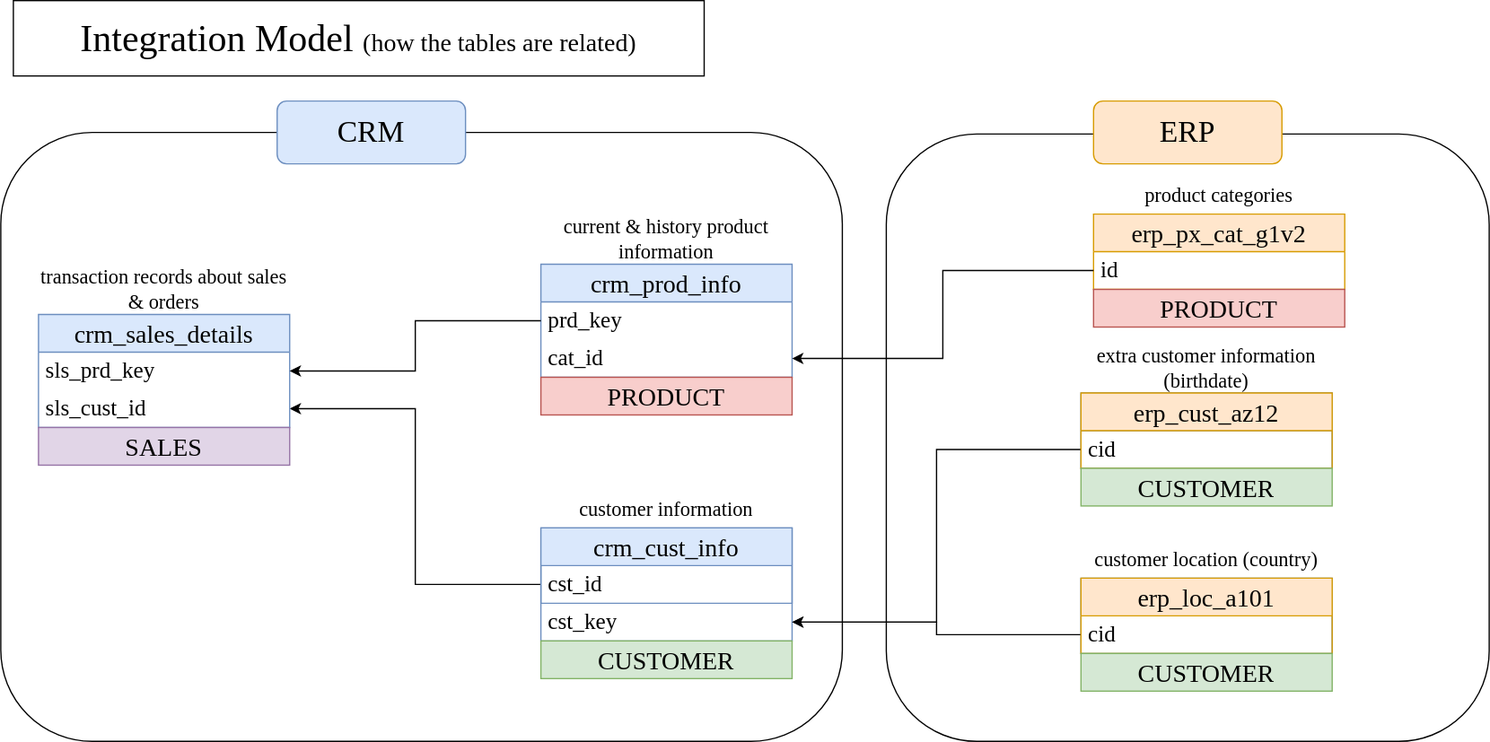
Earlier version of the draw.io export design/Integration Model Silver.drawio.svg (Josiahgare/SQL-Data-Warehouse-Project). Source tidied: cells renumbered, new cells last; positions are measured from the earlier drawing's top-left corner, leaving out a move shared by most shapes. Its diagram source:
```xml
<mxGraphModel>
  <root>
    <mxCell id="0" />
    <mxCell id="1" parent="0" />
    <mxCell id="2" value="&lt;font face=&quot;Comic Sans MS&quot; style=&quot;font-size: 30px;&quot;&gt;Integration Model&amp;nbsp;&lt;/font&gt;&lt;span style=&quot;font-family: &amp;quot;Comic Sans MS&amp;quot;; font-size: 20px;&quot;&gt;(how the tables are related)&lt;/span&gt;" style="rounded=0;whiteSpace=wrap;html=1;fillColor=none;" parent="1" vertex="1">
      <mxGeometry x="10" width="550" height="60" as="geometry" />
    </mxCell>
    <mxCell id="3" value="&lt;font face=&quot;Comic Sans MS&quot; style=&quot;font-size: 20px;&quot;&gt;crm_prod_info&lt;/font&gt;" style="swimlane;fontStyle=0;horizontal=1;startSize=30;whiteSpace=wrap;html=1;fillColor=#dae8fc;strokeColor=#6c8ebf;" parent="1" vertex="1">
      <mxGeometry x="430" y="210" width="200" height="90" as="geometry" />
    </mxCell>
    <mxCell id="4" value="&lt;font style=&quot;font-size: 18px;&quot; face=&quot;Comic Sans MS&quot;&gt;prd_key&lt;/font&gt;" style="text;strokeColor=none;fillColor=none;align=left;verticalAlign=middle;spacingLeft=4;spacingRight=4;overflow=hidden;points=[[0,0.5],[1,0.5]];portConstraint=eastwest;whiteSpace=wrap;html=1;" parent="3" vertex="1">
      <mxGeometry y="30" width="200" height="30" as="geometry" />
    </mxCell>
    <mxCell id="5" value="&lt;font style=&quot;font-size: 18px;&quot; face=&quot;Comic Sans MS&quot;&gt;cat_id&lt;/font&gt;" style="text;strokeColor=none;fillColor=none;align=left;verticalAlign=middle;spacingLeft=4;spacingRight=4;overflow=hidden;points=[[0,0.5],[1,0.5]];portConstraint=eastwest;whiteSpace=wrap;html=1;" parent="3" vertex="1">
      <mxGeometry y="60" width="200" height="30" as="geometry" />
    </mxCell>
    <mxCell id="6" value="&lt;font face=&quot;Comic Sans MS&quot; style=&quot;font-size: 20px;&quot;&gt;crm_prod_info&lt;/font&gt;" style="swimlane;fontStyle=0;horizontal=1;startSize=30;whiteSpace=wrap;html=1;fillColor=#dae8fc;strokeColor=#6c8ebf;" parent="1" vertex="1">
      <mxGeometry x="430" y="420" width="200" height="90" as="geometry" />
    </mxCell>
    <mxCell id="7" value="&lt;font style=&quot;font-size: 18px;&quot; face=&quot;Comic Sans MS&quot;&gt;cst_id&lt;/font&gt;" style="text;strokeColor=none;fillColor=none;align=left;verticalAlign=middle;spacingLeft=4;spacingRight=4;overflow=hidden;whiteSpace=wrap;html=1;" parent="6" vertex="1">
      <mxGeometry y="30" width="200" height="30" as="geometry" />
    </mxCell>
    <mxCell id="8" value="&lt;font style=&quot;font-size: 18px;&quot; face=&quot;Comic Sans MS&quot;&gt;cst_key&lt;/font&gt;" style="text;strokeColor=none;fillColor=none;align=left;verticalAlign=middle;spacingLeft=4;spacingRight=4;overflow=hidden;points=[[0,0.5],[1,0.5]];portConstraint=eastwest;whiteSpace=wrap;html=1;" parent="6" vertex="1">
      <mxGeometry y="60" width="200" height="30" as="geometry" />
    </mxCell>
    <mxCell id="9" style="edgeStyle=orthogonalEdgeStyle;rounded=0;jettySize=auto;html=1;exitX=0;exitY=0.75;exitDx=0;exitDy=0;entryX=1;entryY=0.5;entryDx=0;entryDy=0;" parent="1" edge="1" source="10" target="13">
      <mxGeometry relative="1" as="geometry" />
    </mxCell>
    <mxCell id="10" value="&lt;font face=&quot;Comic Sans MS&quot; style=&quot;font-size: 20px;&quot;&gt;crm_cust_info&lt;/font&gt;" style="swimlane;fontStyle=0;horizontal=1;startSize=30;whiteSpace=wrap;html=1;fillColor=#dae8fc;strokeColor=#6c8ebf;" parent="1" vertex="1">
      <mxGeometry x="430" y="420" width="200" height="60" as="geometry" />
    </mxCell>
    <mxCell id="11" value="&lt;font face=&quot;Comic Sans MS&quot; style=&quot;font-size: 20px;&quot;&gt;crm_sales_details&lt;/font&gt;" style="swimlane;fontStyle=0;horizontal=1;startSize=30;whiteSpace=wrap;html=1;fillColor=#dae8fc;strokeColor=#6c8ebf;" parent="1" vertex="1">
      <mxGeometry x="30" y="250" width="200" height="90" as="geometry" />
    </mxCell>
    <mxCell id="12" value="&lt;font style=&quot;font-size: 18px;&quot; face=&quot;Comic Sans MS&quot;&gt;sls_prd_key&lt;/font&gt;" style="text;strokeColor=none;fillColor=none;align=left;verticalAlign=middle;spacingLeft=4;spacingRight=4;overflow=hidden;points=[[0,0.5],[1,0.5]];portConstraint=eastwest;whiteSpace=wrap;html=1;" parent="11" vertex="1">
      <mxGeometry y="30" width="200" height="30" as="geometry" />
    </mxCell>
    <mxCell id="13" value="&lt;font style=&quot;font-size: 18px;&quot; face=&quot;Comic Sans MS&quot;&gt;sls_cust_id&lt;/font&gt;" style="text;strokeColor=none;fillColor=none;align=left;verticalAlign=middle;spacingLeft=4;spacingRight=4;overflow=hidden;points=[[0,0.5],[1,0.5]];portConstraint=eastwest;whiteSpace=wrap;html=1;" parent="11" vertex="1">
      <mxGeometry y="60" width="200" height="30" as="geometry" />
    </mxCell>
    <mxCell id="14" value="&lt;font face=&quot;Comic Sans MS&quot; style=&quot;font-size: 16px;&quot;&gt;customer information&lt;/font&gt;" style="rounded=0;whiteSpace=wrap;html=1;fillColor=none;strokeColor=none;" parent="1" vertex="1">
      <mxGeometry x="430" y="390" width="200" height="30" as="geometry" />
    </mxCell>
    <mxCell id="15" value="&lt;font face=&quot;Comic Sans MS&quot; style=&quot;font-size: 16px;&quot;&gt;current &amp;amp; history product information&lt;/font&gt;" style="rounded=0;whiteSpace=wrap;html=1;fillColor=none;strokeColor=none;" parent="1" vertex="1">
      <mxGeometry x="430" y="170" width="200" height="40" as="geometry" />
    </mxCell>
    <mxCell id="16" value="&lt;font face=&quot;Comic Sans MS&quot; style=&quot;font-size: 16px;&quot;&gt;transaction records about sales &amp;amp; orders&lt;/font&gt;" style="rounded=0;whiteSpace=wrap;html=1;fillColor=none;strokeColor=none;" parent="1" vertex="1">
      <mxGeometry x="30" y="210" width="200" height="40" as="geometry" />
    </mxCell>
    <mxCell id="17" value="&lt;font face=&quot;Comic Sans MS&quot;&gt;&lt;span style=&quot;font-size: 20px;&quot;&gt;erp_px_cat_g1v2&lt;/span&gt;&lt;/font&gt;" style="swimlane;fontStyle=0;horizontal=1;startSize=30;whiteSpace=wrap;html=1;fillColor=#ffe6cc;strokeColor=#d79b00;" parent="1" vertex="1">
      <mxGeometry x="870" y="170" width="200" height="60" as="geometry" />
    </mxCell>
    <mxCell id="18" value="&lt;font style=&quot;font-size: 18px;&quot; face=&quot;Comic Sans MS&quot;&gt;id&lt;/font&gt;" style="text;strokeColor=none;fillColor=none;align=left;verticalAlign=middle;spacingLeft=4;spacingRight=4;overflow=hidden;points=[[0,0.5],[1,0.5]];portConstraint=eastwest;whiteSpace=wrap;html=1;" parent="17" vertex="1">
      <mxGeometry y="30" width="200" height="30" as="geometry" />
    </mxCell>
    <mxCell id="19" value="&lt;font face=&quot;Comic Sans MS&quot; style=&quot;font-size: 16px;&quot;&gt;product categories&lt;/font&gt;" style="rounded=0;whiteSpace=wrap;html=1;fillColor=none;strokeColor=none;" parent="1" vertex="1">
      <mxGeometry x="870" y="140" width="200" height="30" as="geometry" />
    </mxCell>
    <mxCell id="20" style="edgeStyle=orthogonalEdgeStyle;rounded=0;jettySize=auto;html=1;exitX=0;exitY=0.5;exitDx=0;exitDy=0;entryX=1;entryY=0.5;entryDx=0;entryDy=0;" parent="1" edge="1" source="18" target="5">
      <mxGeometry relative="1" as="geometry" />
    </mxCell>
    <mxCell id="21" value="&lt;font face=&quot;Comic Sans MS&quot; style=&quot;font-size: 20px;&quot;&gt;crm_prod_info&lt;/font&gt;" style="swimlane;fontStyle=0;horizontal=1;startSize=30;whiteSpace=wrap;html=1;fillColor=#dae8fc;strokeColor=#6c8ebf;" parent="1" vertex="1">
      <mxGeometry x="860" y="312.5" width="200" height="60" as="geometry" />
    </mxCell>
    <mxCell id="22" value="&lt;font style=&quot;font-size: 18px;&quot; face=&quot;Comic Sans MS&quot;&gt;cid&lt;/font&gt;" style="text;strokeColor=none;fillColor=none;align=left;verticalAlign=middle;spacingLeft=4;spacingRight=4;overflow=hidden;whiteSpace=wrap;html=1;" parent="21" vertex="1">
      <mxGeometry y="30" width="200" height="30" as="geometry" />
    </mxCell>
    <mxCell id="23" style="edgeStyle=orthogonalEdgeStyle;rounded=0;jettySize=auto;html=1;exitX=0;exitY=0.75;exitDx=0;exitDy=0;entryX=1;entryY=0.5;entryDx=0;entryDy=0;" parent="1" edge="1" source="24" target="8">
      <mxGeometry relative="1" as="geometry" />
    </mxCell>
    <mxCell id="24" value="&lt;font face=&quot;Comic Sans MS&quot;&gt;&lt;span style=&quot;font-size: 20px;&quot;&gt;erp_cust_az12&lt;/span&gt;&lt;/font&gt;" style="swimlane;fontStyle=0;horizontal=1;startSize=30;whiteSpace=wrap;html=1;fillColor=#ffe6cc;strokeColor=#d79b00;" parent="1" vertex="1">
      <mxGeometry x="860" y="312.5" width="200" height="60" as="geometry" />
    </mxCell>
    <mxCell id="25" value="&lt;font face=&quot;Comic Sans MS&quot; style=&quot;font-size: 16px;&quot;&gt;extra customer information (birthdate)&lt;/font&gt;" style="rounded=0;whiteSpace=wrap;html=1;fillColor=none;strokeColor=none;" parent="1" vertex="1">
      <mxGeometry x="850" y="272.5" width="220" height="40" as="geometry" />
    </mxCell>
    <mxCell id="26" value="&lt;font face=&quot;Comic Sans MS&quot; style=&quot;font-size: 20px;&quot;&gt;crm_prod_info&lt;/font&gt;" style="swimlane;fontStyle=0;horizontal=1;startSize=30;whiteSpace=wrap;html=1;fillColor=#dae8fc;strokeColor=#6c8ebf;" parent="1" vertex="1">
      <mxGeometry x="860" y="460" width="200" height="60" as="geometry" />
    </mxCell>
    <mxCell id="27" value="&lt;font style=&quot;font-size: 18px;&quot; face=&quot;Comic Sans MS&quot;&gt;cid&lt;/font&gt;" style="text;strokeColor=none;fillColor=none;align=left;verticalAlign=middle;spacingLeft=4;spacingRight=4;overflow=hidden;whiteSpace=wrap;html=1;" parent="26" vertex="1">
      <mxGeometry y="30" width="200" height="30" as="geometry" />
    </mxCell>
    <mxCell id="28" style="edgeStyle=orthogonalEdgeStyle;rounded=0;jettySize=auto;html=1;exitX=0;exitY=0.75;exitDx=0;exitDy=0;entryX=1;entryY=0.5;entryDx=0;entryDy=0;" parent="1" edge="1" source="29" target="8">
      <mxGeometry relative="1" as="geometry" />
    </mxCell>
    <mxCell id="29" value="&lt;font face=&quot;Comic Sans MS&quot;&gt;&lt;span style=&quot;font-size: 20px;&quot;&gt;erp_loc_a101&lt;/span&gt;&lt;/font&gt;" style="swimlane;fontStyle=0;horizontal=1;startSize=30;whiteSpace=wrap;html=1;fillColor=#ffe6cc;strokeColor=#d79b00;" parent="1" vertex="1">
      <mxGeometry x="860" y="460" width="200" height="60" as="geometry" />
    </mxCell>
    <mxCell id="30" value="&lt;font face=&quot;Comic Sans MS&quot; style=&quot;font-size: 16px;&quot;&gt;customer location (country)&lt;/font&gt;" style="rounded=0;whiteSpace=wrap;html=1;fillColor=none;strokeColor=none;" parent="1" vertex="1">
      <mxGeometry x="850" y="430" width="220" height="30" as="geometry" />
    </mxCell>
    <mxCell id="31" style="rounded=1;whiteSpace=wrap;html=1;fillColor=none;" parent="1" vertex="1">
      <mxGeometry y="105" width="670" height="485" as="geometry" />
    </mxCell>
    <mxCell id="32" style="edgeStyle=orthogonalEdgeStyle;rounded=0;jettySize=auto;html=1;exitX=0;exitY=0.5;exitDx=0;exitDy=0;entryX=1;entryY=0.5;entryDx=0;entryDy=0;" parent="1" edge="1" source="4" target="12">
      <mxGeometry relative="1" as="geometry" />
    </mxCell>
    <mxCell id="33" value="&lt;font face=&quot;Comic Sans MS&quot; style=&quot;font-size: 24px;&quot;&gt;CRM&lt;/font&gt;" style="rounded=1;whiteSpace=wrap;html=1;fillColor=#dae8fc;strokeColor=#6c8ebf;" parent="1" vertex="1">
      <mxGeometry x="220" y="80" width="150" height="50" as="geometry" />
    </mxCell>
    <mxCell id="34" style="rounded=1;whiteSpace=wrap;html=1;fillColor=none;" parent="1" vertex="1">
      <mxGeometry x="705" y="106.2" width="480" height="483.8" as="geometry" />
    </mxCell>
    <mxCell id="35" value="&lt;font face=&quot;Comic Sans MS&quot; style=&quot;font-size: 24px;&quot;&gt;ERP&lt;/font&gt;" style="rounded=1;whiteSpace=wrap;html=1;fillColor=#ffe6cc;strokeColor=#d79b00;" parent="1" vertex="1">
      <mxGeometry x="870" y="80" width="150" height="50" as="geometry" />
    </mxCell>
    <mxCell id="36" value="PRODUCT" style="text;html=1;strokeColor=#b85450;fillColor=#f8cecc;align=center;verticalAlign=middle;whiteSpace=wrap;overflow=hidden;fontSize=20;fontFamily=Comic Sans MS;" parent="1" vertex="1">
      <mxGeometry x="430" y="300" width="200" height="30" as="geometry" />
    </mxCell>
    <mxCell id="37" value="PRODUCT" style="text;html=1;strokeColor=#b85450;fillColor=#f8cecc;align=center;verticalAlign=middle;whiteSpace=wrap;overflow=hidden;fontSize=20;fontFamily=Comic Sans MS;" parent="1" vertex="1">
      <mxGeometry x="870" y="230" width="200" height="30" as="geometry" />
    </mxCell>
    <mxCell id="38" value="CUSTOMER" style="text;html=1;strokeColor=#82b366;fillColor=#d5e8d4;align=center;verticalAlign=middle;whiteSpace=wrap;overflow=hidden;fontSize=20;fontFamily=Comic Sans MS;" parent="1" vertex="1">
      <mxGeometry x="430" y="510" width="200" height="30" as="geometry" />
    </mxCell>
    <mxCell id="39" value="CUSTOMER" style="text;html=1;strokeColor=#82b366;fillColor=#d5e8d4;align=center;verticalAlign=middle;whiteSpace=wrap;overflow=hidden;fontSize=20;fontFamily=Comic Sans MS;" parent="1" vertex="1">
      <mxGeometry x="860" y="372.5" width="200" height="30" as="geometry" />
    </mxCell>
    <mxCell id="40" value="CUSTOMER" style="text;html=1;strokeColor=#82b366;fillColor=#d5e8d4;align=center;verticalAlign=middle;whiteSpace=wrap;overflow=hidden;fontSize=20;fontFamily=Comic Sans MS;" parent="1" vertex="1">
      <mxGeometry x="860" y="520" width="200" height="30" as="geometry" />
    </mxCell>
    <mxCell id="41" value="SALES" style="text;html=1;strokeColor=#9673a6;fillColor=#e1d5e7;align=center;verticalAlign=middle;whiteSpace=wrap;overflow=hidden;fontSize=20;fontFamily=Comic Sans MS;" parent="1" vertex="1">
      <mxGeometry x="30" y="340" width="200" height="30" as="geometry" />
    </mxCell>
  </root>
</mxGraphModel>
```
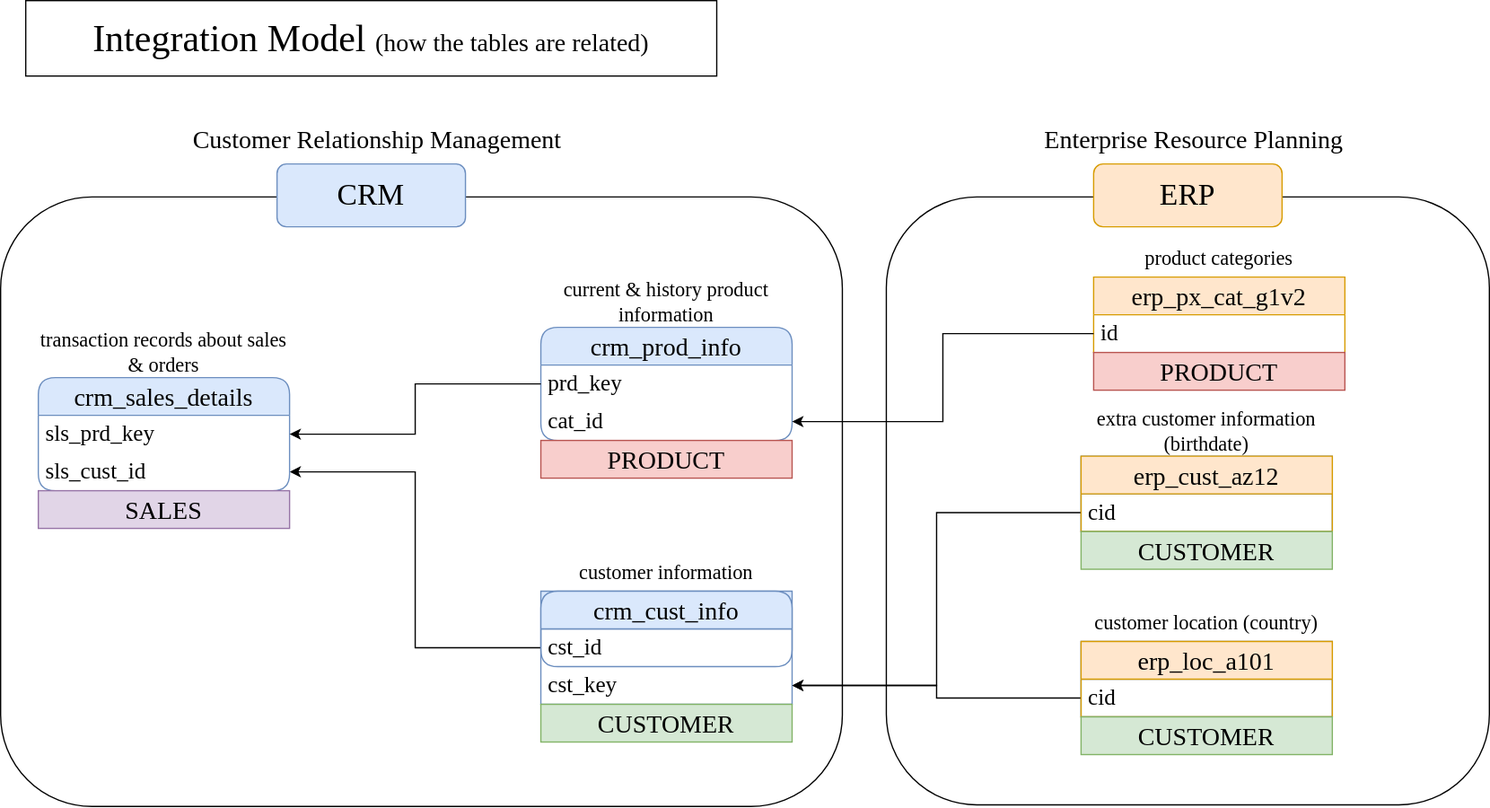
The same diagram one commit later.

Change to the diagram source:
```diff
@@ -3,9 +3,9 @@
     <mxCell id="0" />
     <mxCell id="1" parent="0" />
     <mxCell id="2" value="&lt;font face=&quot;Comic Sans MS&quot; style=&quot;font-size: 30px;&quot;&gt;Integration Model&amp;nbsp;&lt;/font&gt;&lt;span style=&quot;font-family: &amp;quot;Comic Sans MS&amp;quot;; font-size: 20px;&quot;&gt;(how the tables are related)&lt;/span&gt;" style="rounded=0;whiteSpace=wrap;html=1;fillColor=none;" parent="1" vertex="1">
-      <mxGeometry x="10" width="550" height="60" as="geometry" />
+      <mxGeometry x="20" y="-50" width="550" height="60" as="geometry" />
     </mxCell>
-    <mxCell id="3" value="&lt;font face=&quot;Comic Sans MS&quot; style=&quot;font-size: 20px;&quot;&gt;crm_prod_info&lt;/font&gt;" style="swimlane;fontStyle=0;horizontal=1;startSize=30;whiteSpace=wrap;html=1;fillColor=#dae8fc;strokeColor=#6c8ebf;" parent="1" vertex="1">
+    <mxCell id="3" value="&lt;font face=&quot;Comic Sans MS&quot; style=&quot;font-size: 20px;&quot;&gt;crm_prod_info&lt;/font&gt;" style="swimlane;fontStyle=0;horizontal=1;startSize=30;whiteSpace=wrap;html=1;fillColor=#dae8fc;strokeColor=#6c8ebf;rounded=1;" parent="1" vertex="1">
       <mxGeometry x="430" y="210" width="200" height="90" as="geometry" />
     </mxCell>
     <mxCell id="4" value="&lt;font style=&quot;font-size: 18px;&quot; face=&quot;Comic Sans MS&quot;&gt;prd_key&lt;/font&gt;" style="text;strokeColor=none;fillColor=none;align=left;verticalAlign=middle;spacingLeft=4;spacingRight=4;overflow=hidden;points=[[0,0.5],[1,0.5]];portConstraint=eastwest;whiteSpace=wrap;html=1;" parent="3" vertex="1">
@@ -26,10 +26,10 @@
     <mxCell id="9" style="edgeStyle=orthogonalEdgeStyle;rounded=0;jettySize=auto;html=1;exitX=0;exitY=0.75;exitDx=0;exitDy=0;entryX=1;entryY=0.5;entryDx=0;entryDy=0;" parent="1" edge="1" source="10" target="13">
       <mxGeometry relative="1" as="geometry" />
     </mxCell>
-    <mxCell id="10" value="&lt;font face=&quot;Comic Sans MS&quot; style=&quot;font-size: 20px;&quot;&gt;crm_cust_info&lt;/font&gt;" style="swimlane;fontStyle=0;horizontal=1;startSize=30;whiteSpace=wrap;html=1;fillColor=#dae8fc;strokeColor=#6c8ebf;" parent="1" vertex="1">
+    <mxCell id="10" value="&lt;font face=&quot;Comic Sans MS&quot; style=&quot;font-size: 20px;&quot;&gt;crm_cust_info&lt;/font&gt;" style="swimlane;fontStyle=0;horizontal=1;startSize=30;whiteSpace=wrap;html=1;fillColor=#dae8fc;strokeColor=#6c8ebf;rounded=1;" parent="1" vertex="1">
       <mxGeometry x="430" y="420" width="200" height="60" as="geometry" />
     </mxCell>
-    <mxCell id="11" value="&lt;font face=&quot;Comic Sans MS&quot; style=&quot;font-size: 20px;&quot;&gt;crm_sales_details&lt;/font&gt;" style="swimlane;fontStyle=0;horizontal=1;startSize=30;whiteSpace=wrap;html=1;fillColor=#dae8fc;strokeColor=#6c8ebf;" parent="1" vertex="1">
+    <mxCell id="11" value="&lt;font face=&quot;Comic Sans MS&quot; style=&quot;font-size: 20px;&quot;&gt;crm_sales_details&lt;/font&gt;" style="swimlane;fontStyle=0;horizontal=1;startSize=30;whiteSpace=wrap;html=1;fillColor=#dae8fc;strokeColor=#6c8ebf;rounded=1;" parent="1" vertex="1">
       <mxGeometry x="30" y="250" width="200" height="90" as="geometry" />
     </mxCell>
     <mxCell id="12" value="&lt;font style=&quot;font-size: 18px;&quot; face=&quot;Comic Sans MS&quot;&gt;sls_prd_key&lt;/font&gt;" style="text;strokeColor=none;fillColor=none;align=left;verticalAlign=middle;spacingLeft=4;spacingRight=4;overflow=hidden;points=[[0,0.5],[1,0.5]];portConstraint=eastwest;whiteSpace=wrap;html=1;" parent="11" vertex="1">
@@ -83,15 +83,15 @@
     <mxCell id="28" style="edgeStyle=orthogonalEdgeStyle;rounded=0;jettySize=auto;html=1;exitX=0;exitY=0.75;exitDx=0;exitDy=0;entryX=1;entryY=0.5;entryDx=0;entryDy=0;" parent="1" edge="1" source="29" target="8">
       <mxGeometry relative="1" as="geometry" />
     </mxCell>
+    <mxCell id="31" style="rounded=1;whiteSpace=wrap;html=1;fillColor=none;" parent="1" vertex="1">
+      <mxGeometry y="106.2" width="670" height="485" as="geometry" />
+    </mxCell>
     <mxCell id="29" value="&lt;font face=&quot;Comic Sans MS&quot;&gt;&lt;span style=&quot;font-size: 20px;&quot;&gt;erp_loc_a101&lt;/span&gt;&lt;/font&gt;" style="swimlane;fontStyle=0;horizontal=1;startSize=30;whiteSpace=wrap;html=1;fillColor=#ffe6cc;strokeColor=#d79b00;" parent="1" vertex="1">
       <mxGeometry x="860" y="460" width="200" height="60" as="geometry" />
     </mxCell>
     <mxCell id="30" value="&lt;font face=&quot;Comic Sans MS&quot; style=&quot;font-size: 16px;&quot;&gt;customer location (country)&lt;/font&gt;" style="rounded=0;whiteSpace=wrap;html=1;fillColor=none;strokeColor=none;" parent="1" vertex="1">
       <mxGeometry x="850" y="430" width="220" height="30" as="geometry" />
     </mxCell>
-    <mxCell id="31" style="rounded=1;whiteSpace=wrap;html=1;fillColor=none;" parent="1" vertex="1">
-      <mxGeometry y="105" width="670" height="485" as="geometry" />
-    </mxCell>
     <mxCell id="32" style="edgeStyle=orthogonalEdgeStyle;rounded=0;jettySize=auto;html=1;exitX=0;exitY=0.5;exitDx=0;exitDy=0;entryX=1;entryY=0.5;entryDx=0;entryDy=0;" parent="1" edge="1" source="4" target="12">
       <mxGeometry relative="1" as="geometry" />
     </mxCell>
@@ -122,5 +122,11 @@
     <mxCell id="41" value="SALES" style="text;html=1;strokeColor=#9673a6;fillColor=#e1d5e7;align=center;verticalAlign=middle;whiteSpace=wrap;overflow=hidden;fontSize=20;fontFamily=Comic Sans MS;" parent="1" vertex="1">
       <mxGeometry x="30" y="340" width="200" height="30" as="geometry" />
     </mxCell>
+    <mxCell id="42" value="Customer Relationship Management" style="rounded=0;whiteSpace=wrap;html=1;fontFamily=Comic Sans MS;fontSize=20;fillColor=none;strokeColor=none;" parent="1" vertex="1">
+      <mxGeometry x="120" y="40" width="360" height="40" as="geometry" />
+    </mxCell>
+    <mxCell id="43" value="Enterprise Resource Planning" style="rounded=0;whiteSpace=wrap;html=1;fontFamily=Comic Sans MS;fontSize=20;fillColor=none;strokeColor=none;" parent="1" vertex="1">
+      <mxGeometry x="810" y="40" width="280" height="40" as="geometry" />
+    </mxCell>
   </root>
 </mxGraphModel>
```
